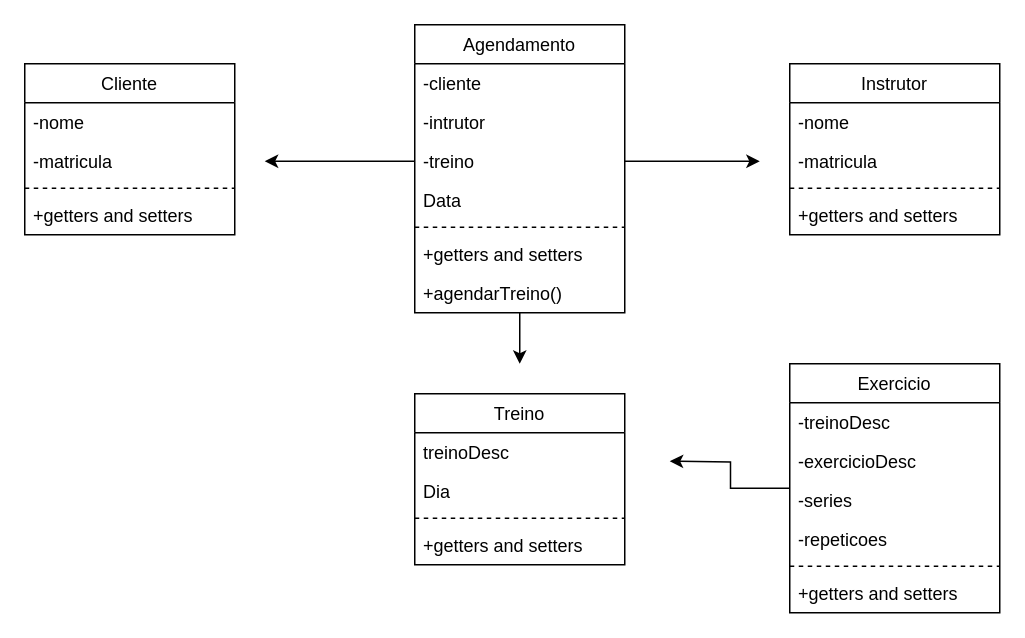
DaianaMen/JedaiTraining keeps this draw.io diagram as Untitled Diagram.drawio. Above is the earlier version. Source tidied: cells renumbered, new cells numbered last; positions are measured from the earlier drawing's top-left corner, leaving out a move shared by most shapes. Both pictures are drawn from the tidied source at 150%, with x=0, y=0 at pixel (24, 24).
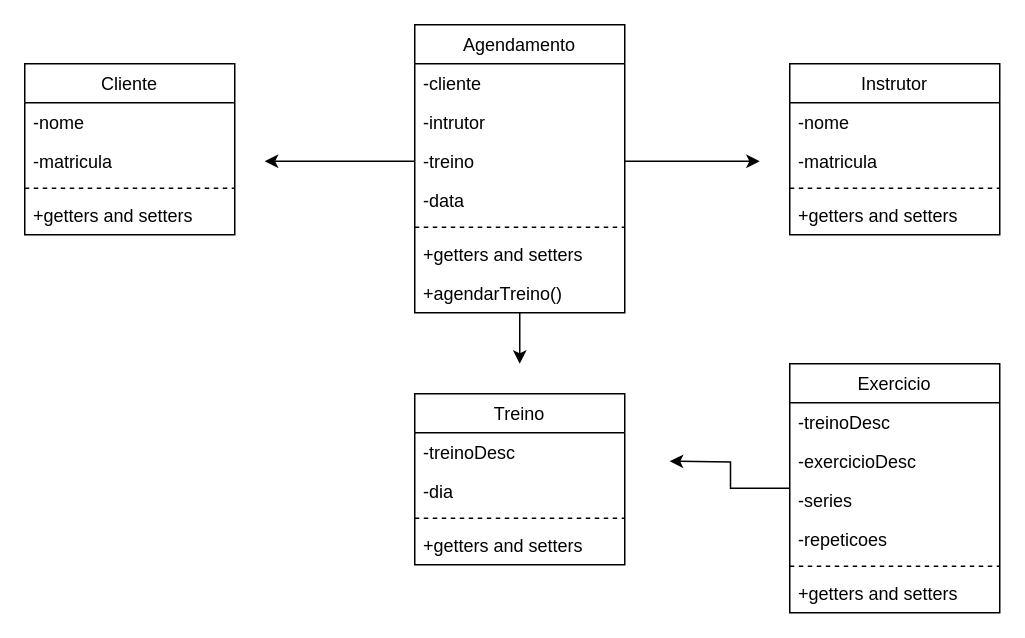
The same diagram, later.

The change refers to these unchanged cells:
```xml
<mxCell id="12" value="Treino" style="swimlane;fontStyle=0;horizontal=1;startSize=26;fillColor=none;" parent="1" vertex="1">
  <mxGeometry x="260" y="246" width="140" height="114" as="geometry" />
</mxCell>
<mxCell id="26" value="Agendamento" style="swimlane;fontStyle=0;horizontal=1;startSize=26;fillColor=none;" parent="1" vertex="1">
  <mxGeometry x="260" width="140" height="192" as="geometry" />
</mxCell>
```

Change to the diagram source:
```diff
@@
-    <mxCell id="13" value="treinoDesc" style="text;strokeColor=none;fillColor=none;align=left;verticalAlign=top;spacingLeft=4;spacingRight=4;overflow=hidden;" parent="12" vertex="1">
+    <mxCell id="13" value="-treinoDesc" style="text;strokeColor=none;fillColor=none;align=left;verticalAlign=top;spacingLeft=4;spacingRight=4;overflow=hidden;" parent="12" vertex="1">
       <mxGeometry y="26" width="140" height="26" as="geometry" />
     </mxCell>
-    <mxCell id="14" value="Dia" style="text;strokeColor=none;fillColor=none;align=left;verticalAlign=top;spacingLeft=4;spacingRight=4;overflow=hidden;" parent="12" vertex="1">
+    <mxCell id="14" value="-dia" style="text;strokeColor=none;fillColor=none;align=left;verticalAlign=top;spacingLeft=4;spacingRight=4;overflow=hidden;" parent="12" vertex="1">
       <mxGeometry y="52" width="140" height="26" as="geometry" />
     </mxCell>
@@
-    <mxCell id="30" value="Data" style="text;strokeColor=none;fillColor=none;align=left;verticalAlign=top;spacingLeft=4;spacingRight=4;overflow=hidden;" parent="26" vertex="1">
+    <mxCell id="30" value="-data" style="text;strokeColor=none;fillColor=none;align=left;verticalAlign=top;spacingLeft=4;spacingRight=4;overflow=hidden;" parent="26" vertex="1">
       <mxGeometry y="104" width="140" height="26" as="geometry" />
     </mxCell>
```
